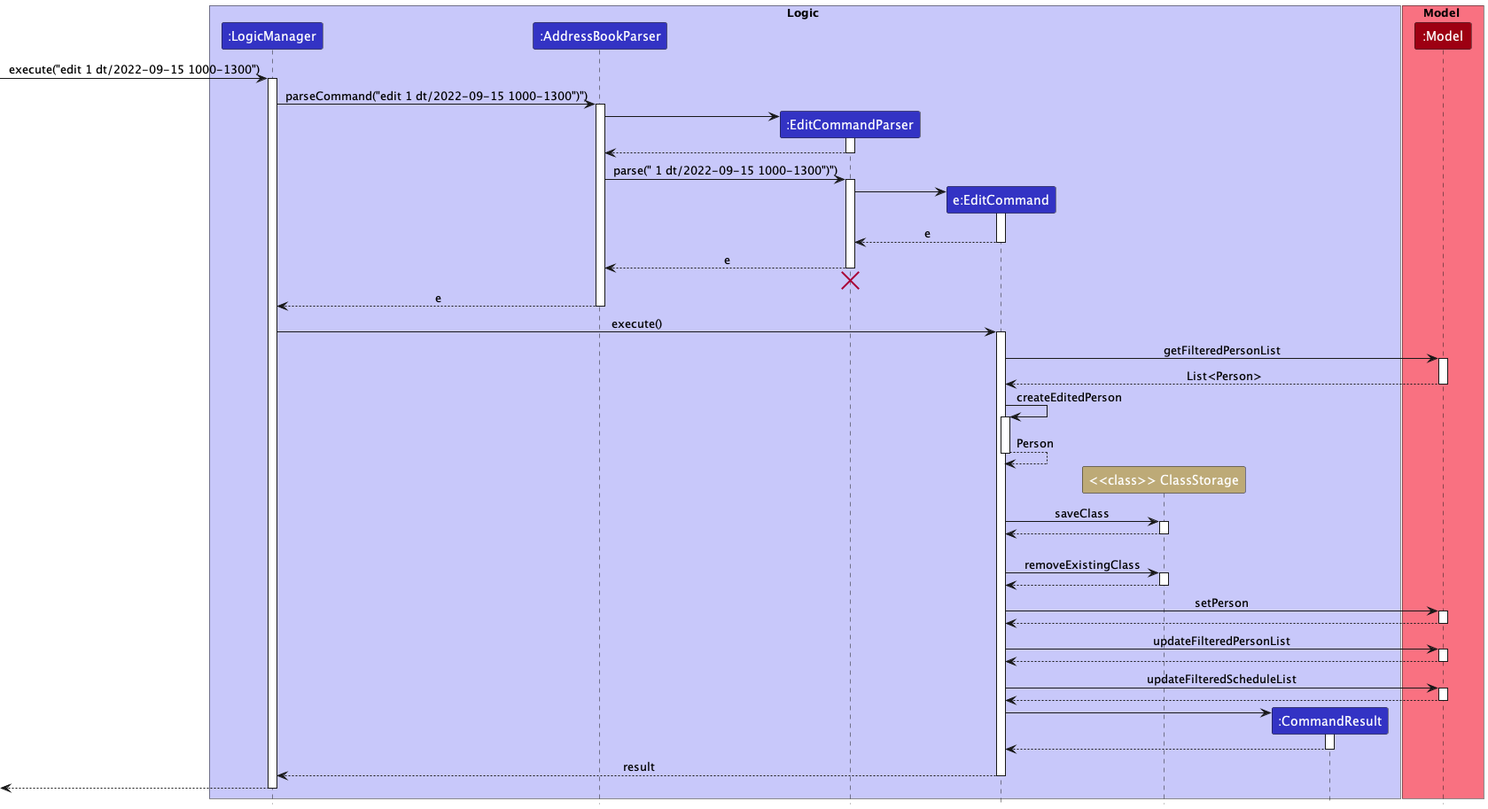
nus-cs2103-AY2223S1/tp keeps this PlantUML diagram as docs/images/DG-images/EditClassSequenceDiagram.png. Above is the earlier version.
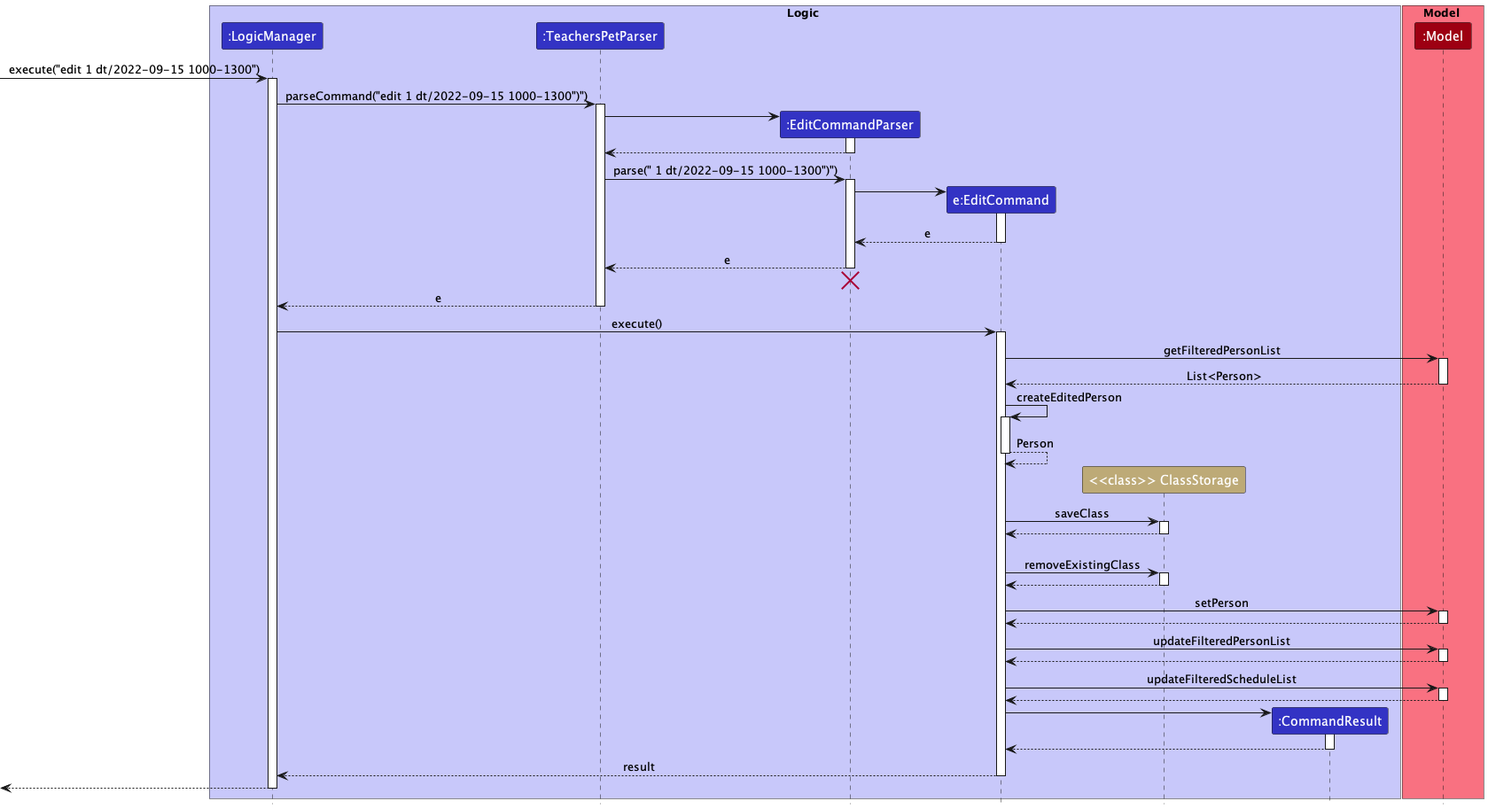
After the change.

Commit message:
Fix diagram for Sort command

Change to the diagram source:
```diff
@@ -3,7 +3,7 @@
 
 box Logic LOGIC_COLOR_T1
 participant ":LogicManager" as LogicManager LOGIC_COLOR
-participant ":AddressBookParser" as AddressBookParser LOGIC_COLOR
+participant ":TeachersPetParser" as TeachersPetParser LOGIC_COLOR
 participant ":EditCommandParser" as EditCommandParser LOGIC_COLOR
 participant "e:EditCommand" as EditCommand LOGIC_COLOR
 participant "<<class>> ClassStorage" as ClassStorage CLASS_STORAGE_COLOR
@@ -17,17 +17,17 @@
 [-> LogicManager : execute("edit 1 dt/2022-09-15 1000-1300")
 activate LogicManager
 
-LogicManager -> AddressBookParser : parseCommand("edit 1 dt/2022-09-15 1000-1300")")
-activate AddressBookParser
+LogicManager -> TeachersPetParser : parseCommand("edit 1 dt/2022-09-15 1000-1300")")
+activate TeachersPetParser
 
 create EditCommandParser
-AddressBookParser -> EditCommandParser
+TeachersPetParser -> EditCommandParser
 activate EditCommandParser
 
-EditCommandParser --> AddressBookParser
+EditCommandParser --> TeachersPetParser
 deactivate EditCommandParser
 
-AddressBookParser -> EditCommandParser : parse(" 1 dt/2022-09-15 1000-1300")")
+TeachersPetParser -> EditCommandParser : parse(" 1 dt/2022-09-15 1000-1300")")
 activate EditCommandParser
 
 create EditCommand
@@ -37,13 +37,13 @@
 EditCommand --> EditCommandParser : e
 deactivate EditCommand
 
-EditCommandParser --> AddressBookParser : e
+EditCommandParser --> TeachersPetParser : e
 deactivate EditCommandParser
-EditCommandParser -[hidden]-> AddressBookParser
+EditCommandParser -[hidden]-> TeachersPetParser
 destroy EditCommandParser
 
-AddressBookParser --> LogicManager : e
-deactivate AddressBookParser
+TeachersPetParser --> LogicManager : e
+deactivate TeachersPetParser
 
 LogicManager -> EditCommand : execute()
 activate EditCommand
```
